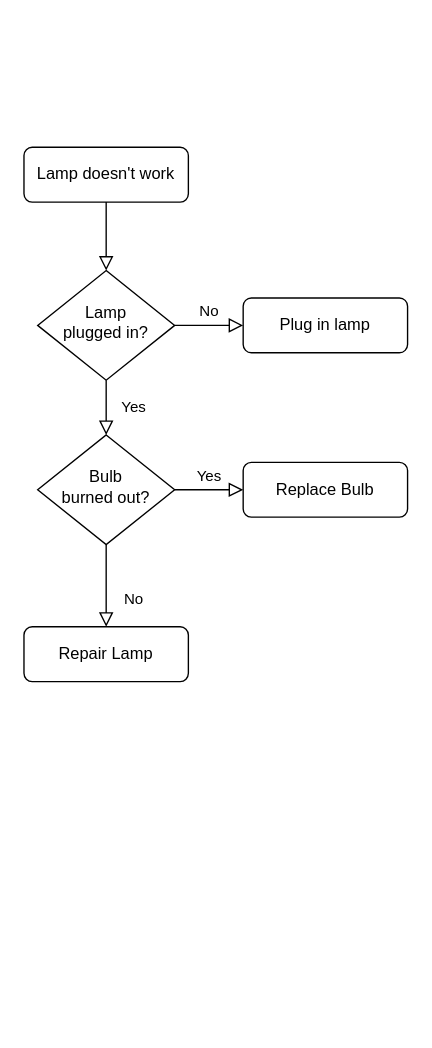
Above: opcda-service-stream.drawio in wangpei-nice/draw.io (draw.io), before the change. Source tidied: cells renumbered, new cells numbered last; positions are measured from the earlier drawing's top-left corner, leaving out a move shared by most shapes. Both pictures are drawn from the tidied source at 137%, with x=0, y=0 at pixel (23, 147).
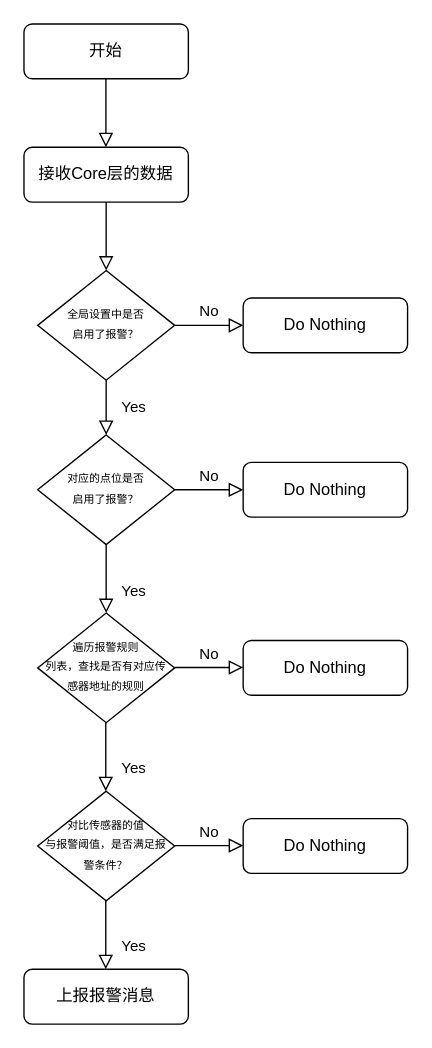
After the change.

Change to the diagram source:
```diff
@@
-    <mxCell id="3" value="Lamp doesn't work" style="rounded=1;whiteSpace=wrap;html=1;fontSize=12;glass=0;strokeWidth=1;shadow=0;" parent="1" vertex="1">
+    <mxCell id="3" value="接收Core层的数据" style="rounded=1;whiteSpace=wrap;html=1;fontSize=12;glass=0;strokeWidth=1;shadow=0;" parent="1" vertex="1">
       <mxGeometry width="120" height="40" as="geometry" />
     </mxCell>
@@
-    <mxCell id="6" value="Lamp&lt;br&gt;plugged in?" style="rhombus;whiteSpace=wrap;html=1;shadow=0;fontFamily=Helvetica;fontSize=12;align=center;strokeWidth=1;spacing=6;spacingTop=-4;" parent="1" vertex="1">
+    <mxCell id="6" value="&lt;font style=&quot;font-size: 8px;&quot;&gt;全局设置中是否&lt;br&gt;启用了报警？&lt;/font&gt;" style="rhombus;whiteSpace=wrap;html=1;shadow=0;fontFamily=Helvetica;fontSize=12;align=center;strokeWidth=1;spacing=6;spacingTop=-4;" parent="1" vertex="1">
       <mxGeometry x="10" y="90" width="100" height="80" as="geometry" />
     </mxCell>
-    <mxCell id="7" value="Plug in lamp" style="rounded=1;whiteSpace=wrap;html=1;fontSize=12;glass=0;strokeWidth=1;shadow=0;" parent="1" vertex="1">
+    <mxCell id="7" value="Do Nothing" style="rounded=1;whiteSpace=wrap;html=1;fontSize=12;glass=0;strokeWidth=1;shadow=0;" parent="1" vertex="1">
       <mxGeometry x="160" y="110" width="120" height="40" as="geometry" />
     </mxCell>
-    <mxCell id="8" value="No" style="rounded=0;html=1;jettySize=auto;fontSize=11;endArrow=block;endFill=0;endSize=8;strokeWidth=1;shadow=0;labelBackgroundColor=none;edgeStyle=orthogonalEdgeStyle;" parent="1" edge="1" source="10" target="11">
-      <mxGeometry x="0.33" y="20" relative="1" as="geometry" />
+    <mxCell id="8" value="Yes" style="rounded=0;html=1;jettySize=auto;fontSize=11;endArrow=block;endFill=0;endSize=8;strokeWidth=1;shadow=0;labelBackgroundColor=none;edgeStyle=orthogonalEdgeStyle;" parent="1" edge="1" source="10">
+      <mxGeometry x="0.33" y="20" relative="1" as="geometry">
+        <mxPoint x="60" y="340" as="targetPoint" />
+      </mxGeometry>
     </mxCell>
-    <mxCell id="9" value="Yes" style="edgeStyle=orthogonalEdgeStyle;rounded=0;html=1;jettySize=auto;fontSize=11;endArrow=block;endFill=0;endSize=8;strokeWidth=1;shadow=0;labelBackgroundColor=none;" parent="1" edge="1" source="10" target="12">
+    <mxCell id="9" value="No" style="edgeStyle=orthogonalEdgeStyle;rounded=0;html=1;jettySize=auto;fontSize=11;endArrow=block;endFill=0;endSize=8;strokeWidth=1;shadow=0;labelBackgroundColor=none;" parent="1" edge="1" source="10" target="12">
       <mxGeometry y="10" relative="1" as="geometry" />
     </mxCell>
-    <mxCell id="10" value="Bulb&lt;br&gt;burned out?" style="rhombus;whiteSpace=wrap;html=1;shadow=0;fontFamily=Helvetica;fontSize=12;align=center;strokeWidth=1;spacing=6;spacingTop=-4;" parent="1" vertex="1">
+    <mxCell id="10" value="&lt;span style=&quot;font-size: 8px;&quot;&gt;对应的点位是否&lt;br&gt;启用了报警？&lt;/span&gt;" style="rhombus;whiteSpace=wrap;html=1;shadow=0;fontFamily=Helvetica;fontSize=12;align=center;strokeWidth=1;spacing=6;spacingTop=-4;" parent="1" vertex="1">
       <mxGeometry x="10" y="210" width="100" height="80" as="geometry" />
     </mxCell>
-    <mxCell id="11" value="Repair Lamp" style="rounded=1;whiteSpace=wrap;html=1;fontSize=12;glass=0;strokeWidth=1;shadow=0;" parent="1" vertex="1">
-      <mxGeometry y="350" width="120" height="40" as="geometry" />
+    <mxCell id="11" value="上报报警消息" style="rounded=1;whiteSpace=wrap;html=1;fontSize=12;glass=0;strokeWidth=1;shadow=0;" parent="1" vertex="1">
+      <mxGeometry y="600" width="120" height="40" as="geometry" />
     </mxCell>
-    <mxCell id="12" value="Replace Bulb" style="rounded=1;whiteSpace=wrap;html=1;fontSize=12;glass=0;strokeWidth=1;shadow=0;" parent="1" vertex="1">
+    <mxCell id="12" value="Do Nothing" style="rounded=1;whiteSpace=wrap;html=1;fontSize=12;glass=0;strokeWidth=1;shadow=0;" parent="1" vertex="1">
       <mxGeometry x="160" y="230" width="120" height="40" as="geometry" />
     </mxCell>
+    <mxCell id="13" value="开始" style="rounded=1;whiteSpace=wrap;html=1;fontSize=12;glass=0;strokeWidth=1;shadow=0;" parent="1" vertex="1">
+      <mxGeometry y="-90" width="120" height="40" as="geometry" />
+    </mxCell>
+    <mxCell id="14" style="rounded=0;html=1;jettySize=auto;orthogonalLoop=1;fontSize=11;endArrow=block;endFill=0;endSize=8;strokeWidth=1;shadow=0;labelBackgroundColor=none;edgeStyle=orthogonalEdgeStyle;" parent="1" edge="1">
+      <mxGeometry relative="1" as="geometry">
+        <mxPoint x="59.8" y="-50" as="sourcePoint" />
+        <mxPoint x="59.8" as="targetPoint" />
+      </mxGeometry>
+    </mxCell>
+    <mxCell id="15" value="&lt;font style=&quot;font-size: 8px;&quot;&gt;遍历报警规则&lt;/font&gt;&lt;br style=&quot;border-color: var(--border-color); font-size: 8px;&quot;&gt;&lt;span style=&quot;font-size: 8px;&quot;&gt;列表，查找是否有对应传感器地址的规则&lt;/span&gt;" style="rhombus;whiteSpace=wrap;html=1;shadow=0;fontFamily=Helvetica;fontSize=12;align=center;strokeWidth=1;spacing=6;spacingTop=-4;" parent="1" vertex="1">
+      <mxGeometry x="10" y="340" width="100" height="80" as="geometry" />
+    </mxCell>
+    <mxCell id="16" value="Yes" style="rounded=0;html=1;jettySize=auto;orthogonalLoop=1;fontSize=11;endArrow=block;endFill=0;endSize=8;strokeWidth=1;shadow=0;labelBackgroundColor=none;edgeStyle=orthogonalEdgeStyle;" parent="1" edge="1">
+      <mxGeometry x="0.33" y="20" relative="1" as="geometry">
+        <mxPoint x="59.7" y="420" as="sourcePoint" />
+        <mxPoint x="59.7" y="470" as="targetPoint" />
+      </mxGeometry>
+    </mxCell>
+    <mxCell id="17" value="Do Nothing" style="rounded=1;whiteSpace=wrap;html=1;fontSize=12;glass=0;strokeWidth=1;shadow=0;" parent="1" vertex="1">
+      <mxGeometry x="160" y="360" width="120" height="40" as="geometry" />
+    </mxCell>
+    <mxCell id="18" value="No" style="edgeStyle=orthogonalEdgeStyle;rounded=0;html=1;jettySize=auto;orthogonalLoop=1;fontSize=11;endArrow=block;endFill=0;endSize=8;strokeWidth=1;shadow=0;labelBackgroundColor=none;" parent="1" edge="1">
+      <mxGeometry y="10" relative="1" as="geometry">
+        <mxPoint x="110" y="379.7" as="sourcePoint" />
+        <mxPoint x="160" y="379.7" as="targetPoint" />
+      </mxGeometry>
+    </mxCell>
+    <mxCell id="19" value="&lt;span style=&quot;font-size: 8px;&quot;&gt;对比传感器的值&lt;br&gt;与报警阈值，是否满足报警条件？&lt;/span&gt;" style="rhombus;whiteSpace=wrap;html=1;shadow=0;fontFamily=Helvetica;fontSize=12;align=center;strokeWidth=1;spacing=6;spacingTop=-4;" parent="1" vertex="1">
+      <mxGeometry x="10" y="470" width="100" height="80" as="geometry" />
+    </mxCell>
+    <mxCell id="20" value="Yes" style="rounded=0;html=1;jettySize=auto;orthogonalLoop=1;fontSize=11;endArrow=block;endFill=0;endSize=8;strokeWidth=1;shadow=0;labelBackgroundColor=none;edgeStyle=orthogonalEdgeStyle;" parent="1" edge="1">
+      <mxGeometry x="0.33" y="20" relative="1" as="geometry">
+        <mxPoint x="59.7" y="550" as="sourcePoint" />
+        <mxPoint x="59.7" y="600" as="targetPoint" />
+      </mxGeometry>
+    </mxCell>
+    <mxCell id="21" value="Do Nothing" style="rounded=1;whiteSpace=wrap;html=1;fontSize=12;glass=0;strokeWidth=1;shadow=0;" parent="1" vertex="1">
+      <mxGeometry x="160" y="490" width="120" height="40" as="geometry" />
+    </mxCell>
+    <mxCell id="22" value="No" style="edgeStyle=orthogonalEdgeStyle;rounded=0;html=1;jettySize=auto;orthogonalLoop=1;fontSize=11;endArrow=block;endFill=0;endSize=8;strokeWidth=1;shadow=0;labelBackgroundColor=none;" parent="1" edge="1">
+      <mxGeometry y="10" relative="1" as="geometry">
+        <mxPoint x="110" y="509.7" as="sourcePoint" />
+        <mxPoint x="160" y="509.7" as="targetPoint" />
+      </mxGeometry>
+    </mxCell>
```
